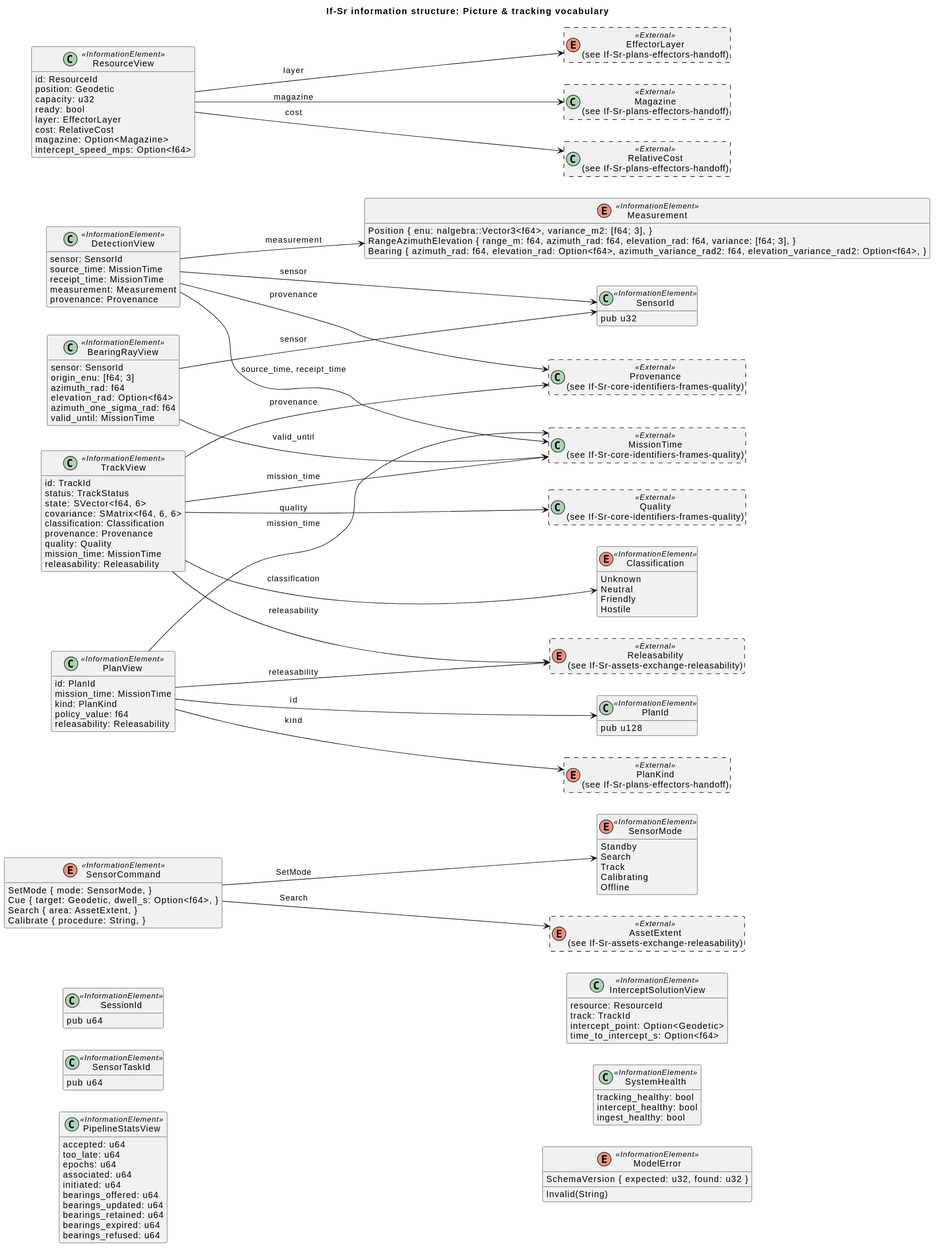
This is docs/architecture/uaf/rendered/information/If-Sr-picture-tracking-vocabulary.svg from WayneRoessling/gungnir, a PlantUML export, as it was before one commit.
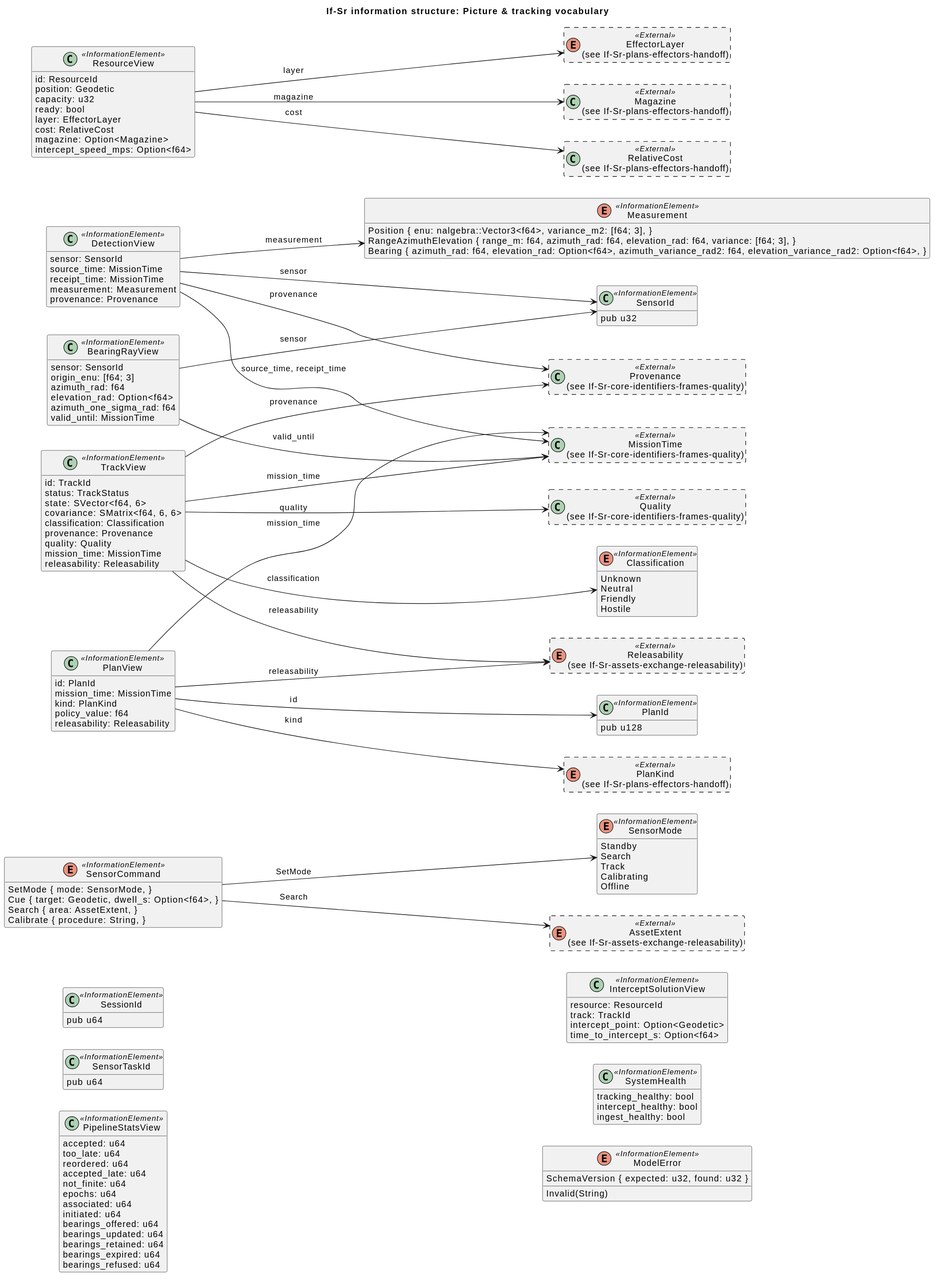
After the commit.

Change to the diagram source:
```diff
@@ -65,6 +65,9 @@
 class "PipelineStatsView" as PipelineStatsView <<InformationElement>> {
   accepted: u64
   too_late: u64
+  reordered: u64
+  accepted_late: u64
+  not_finite: u64
   epochs: u64
   associated: u64
   initiated: u64
```
